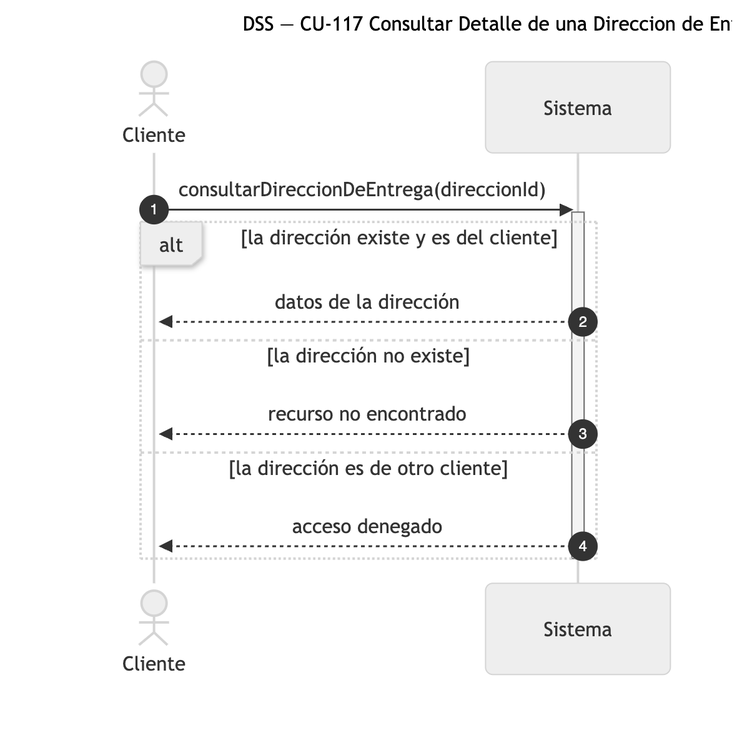
The Mermaid diagram diagramas/png/DSS_CU-117_Consultar-Detalle-de-una-Direccion-de-Entrega.png in Nahuelito-Dev/splg-docs, before a commit. Its source is kept beside it as diagramas/DSS_CU-117_Consultar-Detalle-de-una-Direccion-de-Entrega.mmd. Its diagram source:
```mermaid
sequenceDiagram
    title DSS — CU-117 Consultar Detalle de una Direccion de Entrega
    autonumber
    actor CLI as Cliente
    participant SIS as Sistema

    CLI->>SIS: consultarDireccionDeEntrega(direccionId)
    activate SIS
    alt la dirección existe y es del cliente
        SIS-->>CLI: datos de la dirección
    else la dirección no existe
        SIS-->>CLI: recurso no encontrado
    else la dirección es de otro cliente
        SIS-->>CLI: acceso denegado
    end
    deactivate SIS
```
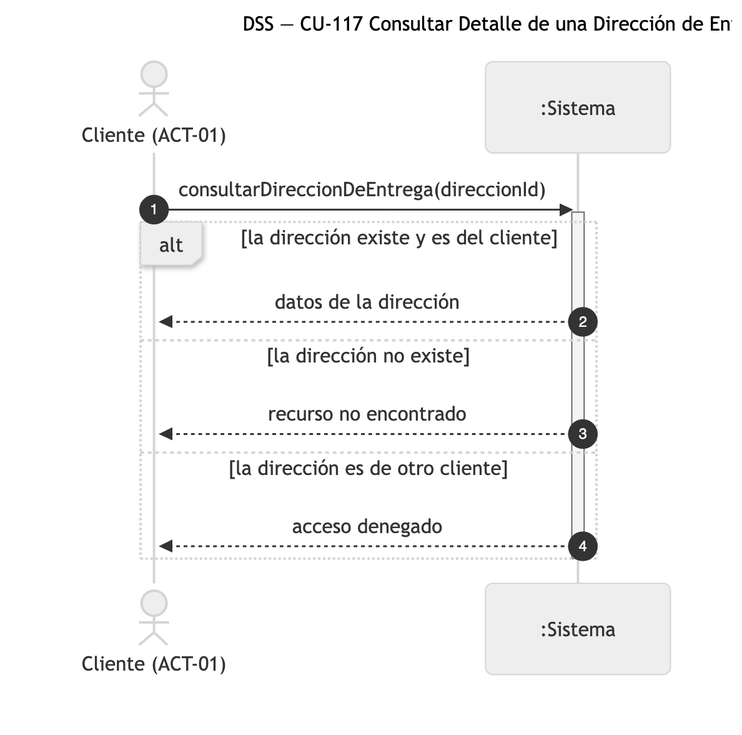
After the commit.

Change to the diagram source:
```diff
@@ -1,8 +1,8 @@
 sequenceDiagram
-    title DSS — CU-117 Consultar Detalle de una Direccion de Entrega
+    title DSS — CU-117 Consultar Detalle de una Dirección de Entrega
     autonumber
-    actor CLI as Cliente
-    participant SIS as Sistema
+    actor CLI as Cliente (ACT-01)
+    participant SIS as :Sistema
 
     CLI->>SIS: consultarDireccionDeEntrega(direccionId)
     activate SIS
```
